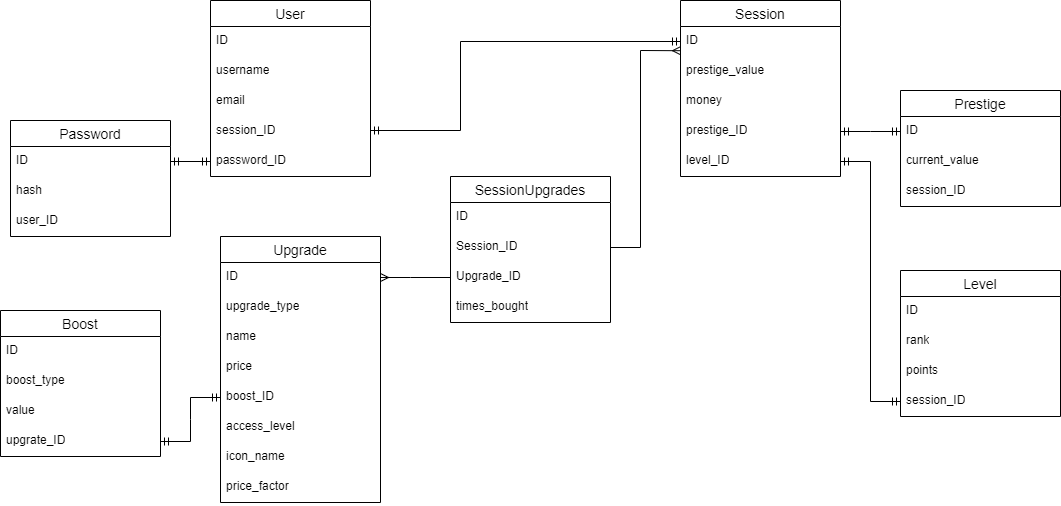
The draw.io diagram Архитектура БД.drawio.png in slepyie-kotyata/design, before a commit. Source tidied: cells renumbered, new cells last; positions are measured from the earlier drawing's top-left corner, leaving out a move shared by most shapes.
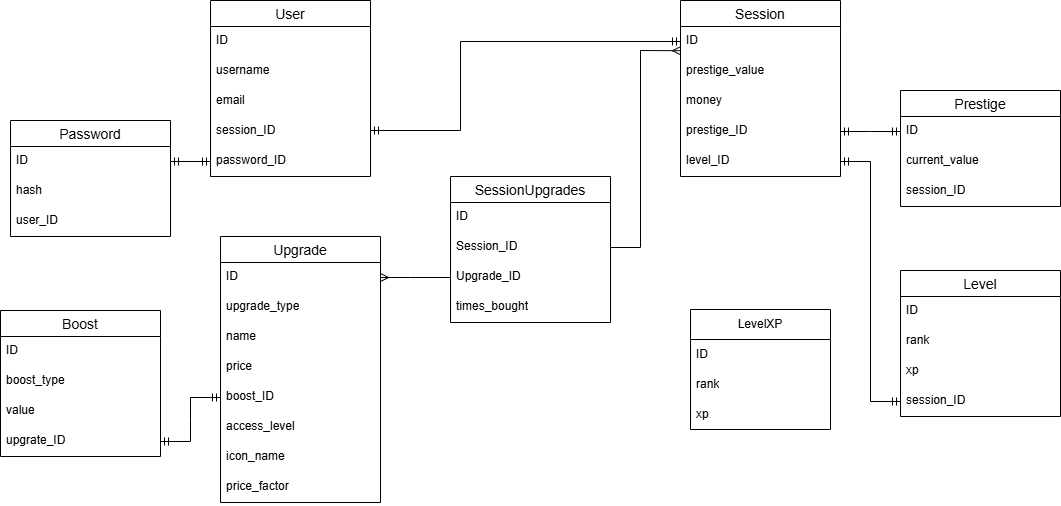
The same diagram one commit later.

Commit message:
добавила levelXP

What changed in the source:
```diff
@@ -134,7 +134,7 @@
     <mxCell id="41" value="rank" style="text;strokeColor=none;fillColor=none;spacingLeft=4;spacingRight=4;overflow=hidden;fontSize=12;whiteSpace=wrap;html=1;" parent="39" vertex="1">
       <mxGeometry y="56" width="160" height="30" as="geometry" />
     </mxCell>
-    <mxCell id="42" value="points" style="text;strokeColor=none;fillColor=none;spacingLeft=4;spacingRight=4;overflow=hidden;fontSize=12;whiteSpace=wrap;html=1;" parent="39" vertex="1">
+    <mxCell id="42" value="xp" style="text;strokeColor=none;fillColor=none;spacingLeft=4;spacingRight=4;overflow=hidden;fontSize=12;whiteSpace=wrap;html=1;" parent="39" vertex="1">
       <mxGeometry y="86" width="160" height="30" as="geometry" />
     </mxCell>
     <mxCell id="43" value="session_ID" style="text;strokeColor=none;fillColor=none;spacingLeft=4;spacingRight=4;overflow=hidden;points=[[0,0.5],[1,0.5]];portConstraint=eastwest;fontSize=12;whiteSpace=wrap;html=1;" parent="39" vertex="1">
@@ -183,5 +183,17 @@
         </Array>
       </mxGeometry>
     </mxCell>
+    <mxCell id="53" value="LevelXP" style="swimlane;fontStyle=0;horizontal=1;startSize=30;whiteSpace=wrap;html=1;" parent="1" vertex="1">
+      <mxGeometry x="690" y="309" width="140" height="120" as="geometry" />
+    </mxCell>
+    <mxCell id="54" value="ID" style="text;strokeColor=none;fillColor=none;align=left;verticalAlign=middle;spacingLeft=4;spacingRight=4;overflow=hidden;whiteSpace=wrap;html=1;" parent="53" vertex="1">
+      <mxGeometry y="30" width="140" height="30" as="geometry" />
+    </mxCell>
+    <mxCell id="55" value="rank" style="text;strokeColor=none;fillColor=none;align=left;verticalAlign=middle;spacingLeft=4;spacingRight=4;overflow=hidden;whiteSpace=wrap;html=1;" parent="53" vertex="1">
+      <mxGeometry y="60" width="140" height="30" as="geometry" />
+    </mxCell>
+    <mxCell id="56" value="xp" style="text;strokeColor=none;fillColor=none;align=left;verticalAlign=middle;spacingLeft=4;spacingRight=4;overflow=hidden;whiteSpace=wrap;html=1;" parent="53" vertex="1">
+      <mxGeometry y="90" width="140" height="30" as="geometry" />
+    </mxCell>
   </root>
 </mxGraphModel>
```
